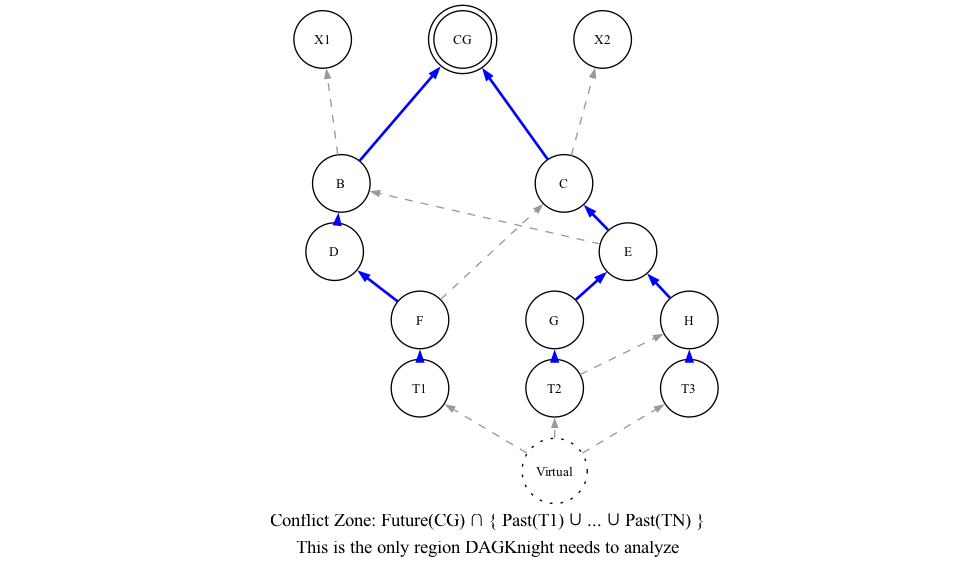
Before: png/03-conflict-zone.png, a diagram exported from Graphviz (coderofstuff/dk-wiki). Its source is kept beside it as dot/03-conflict-zone.dot.
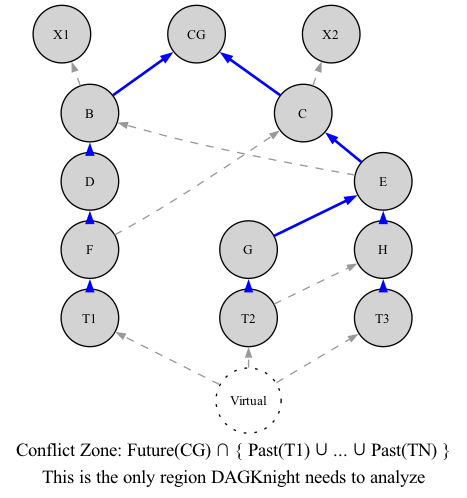
After the change.

Diff of the diagram source:
```diff
@@ -2,35 +2,43 @@
     rankdir=BT;
     nodesep=0.8;
     ranksep=0.1;
-    node [shape=circle, style=filled, fontsize=10, width=0.6, height=0.6, fillcolor=white];
+    node [shape=circle, style=filled, fontsize=10, width=0.6, height=0.6, fillcolor=lightgray];
     edge [arrowsize=0.6, color=gray60];
 
     label="Conflict Zone: Future(CG) ∩ { Past(T1) ∪ ... ∪ Past(TN) }\nThis is the only region DAGKnight needs to analyze";
     labelloc=b;
 
     subgraph cluster_left {
-        style=invis;
+        label="";
+        labelloc=b;
+        style="dashed";
+        color=white;
+        penwidth=0;
+        B [label="B"];
+        D [label="D"];
+        F [label="F"];
         T1 [label="T1"];
-        F [label="F"];
-        D [label="D"];
-        B [label="B"];
     }
 
     subgraph cluster_right {
-        style=invis;
+        label="";
+        labelloc=b;
+        style="dashed";
+        color=white;
+        penwidth=0;
+        E [label="E"];
+        G [label="G"];
         T2 [label="T2"];
+        H [label="H"];
         T3 [label="T3"];
-        G [label="G"];
-        H [label="H"];
-        E [label="E"];
         C [label="C"];
     }
 
-    CG [label="CG", shape=doublecircle];
+    CG [label="CG"];
     X1 [label="X1"];
     X2 [label="X2"];
 
-    Virtual [label="Virtual", shape=circle, style=dotted, fillcolor=white];
+    Virtual [label="Virtual", shape=circle, style=dotted, fillcolor=lightgray];
 
     B -> CG [color=blue, penwidth=2.0];
     C -> CG [color=blue, penwidth=2.0];
```
